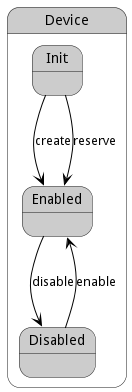
This is docs/edgemere/cpl/models/device/statenet.png from madajaju/edgemere, a PlantUML export, as it was before one commit.
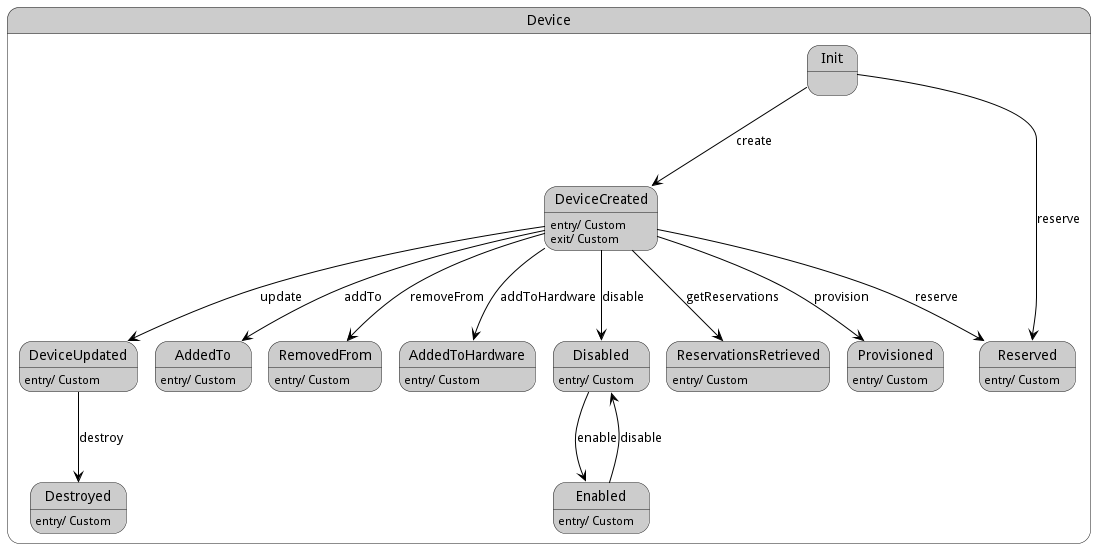
The same file after the commit.

What changed in the source:
```diff
@@ -7,22 +7,91 @@
     state Init #cccccc {
     }
 
-    state Enabled #cccccc {
+    state DeviceCreated #cccccc {
+    }
+
+    state DeviceUpdated #cccccc {
+    }
+
+    state AddedTo #cccccc {
+    }
+
+    state RemovedFrom #cccccc {
+    }
+
+    state AddedToHardware #cccccc {
     }
 
     state Disabled #cccccc {
     }
 
+    state ReservationsRetrieved #cccccc {
+    }
+
+    state Provisioned #cccccc {
+    }
+
+    state Reserved #cccccc {
+    }
+
+    state Destroyed #cccccc {
+    }
+
+    state Enabled #cccccc {
+    }
 
 
 
-Init -[#black]--> Enabled : create
 
-Init -[#black]--> Enabled : reserve
+Init -[#black]--> DeviceCreated : create
+
+Init -[#black]--> Reserved : reserve
+
+DeviceCreated: entry/ Custom
+
+DeviceCreated: exit/ Custom
+
+DeviceCreated -[#black]--> DeviceUpdated : update
+
+DeviceCreated -[#black]--> AddedTo : addTo
+
+DeviceCreated -[#black]--> RemovedFrom : removeFrom
+
+DeviceCreated -[#black]--> AddedToHardware : addToHardware
+
+DeviceCreated -[#black]--> Disabled : disable
+
+DeviceCreated -[#black]--> ReservationsRetrieved : getReservations
+
+DeviceCreated -[#black]--> Provisioned : provision
+
+DeviceCreated -[#black]--> Reserved : reserve
+
+DeviceUpdated: entry/ Custom
+
+DeviceUpdated -[#black]--> Destroyed : destroy
+
+AddedTo: entry/ Custom
+
+RemovedFrom: entry/ Custom
+
+AddedToHardware: entry/ Custom
+
+Disabled: entry/ Custom
+
+Disabled -[#black]--> Enabled : enable
+
+ReservationsRetrieved: entry/ Custom
+
+Provisioned: entry/ Custom
+
+Reserved: entry/ Custom
+
+Destroyed: entry/ Custom
+
+Enabled: entry/ Custom
 
 Enabled -[#black]--> Disabled : disable
-
-Disabled -[#black]--> Enabled : enable
 
 }
 
```
